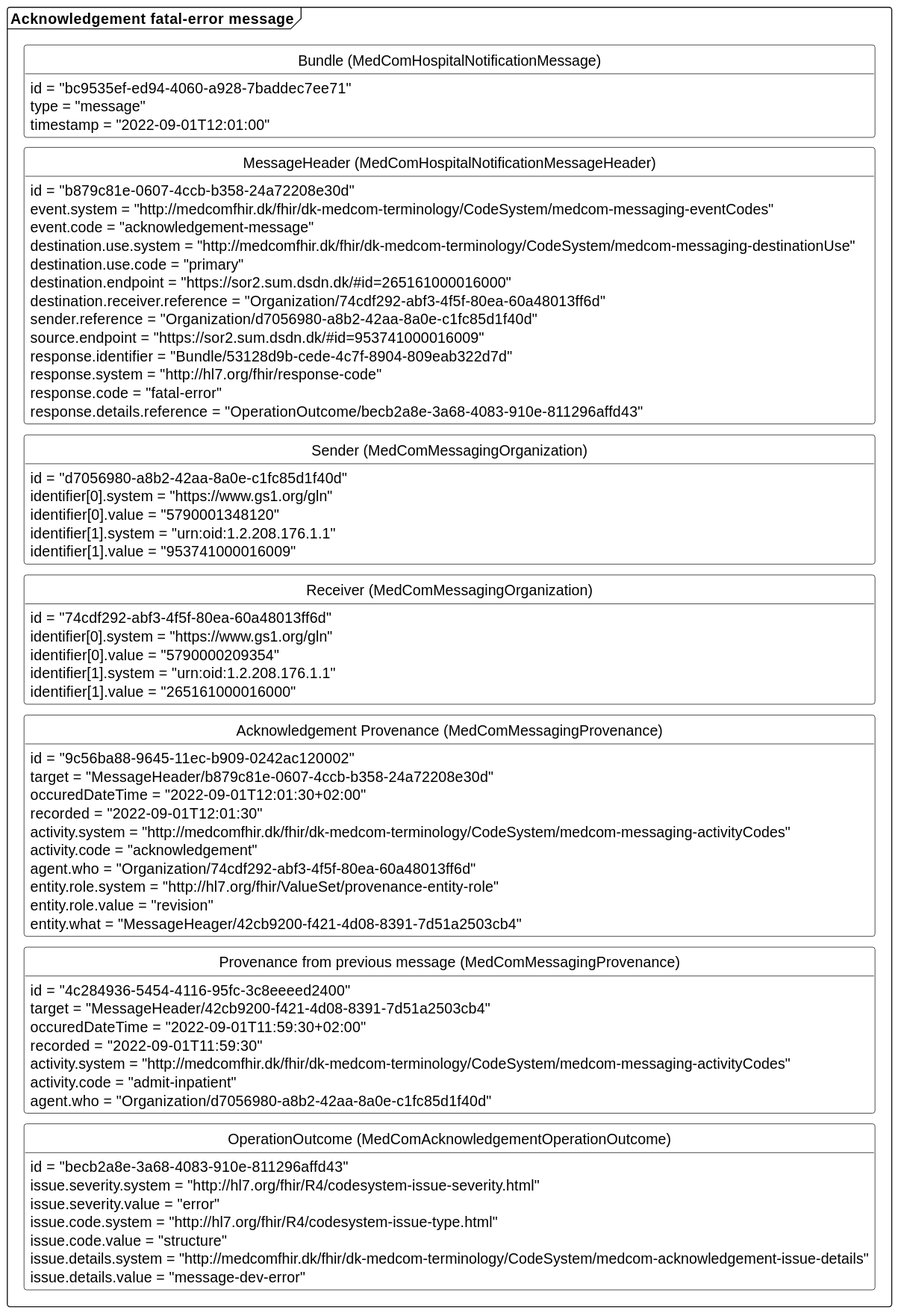
medcomdk/dk-medcom-acknowledgement keeps this PlantUML diagram as docs/assets/Images/AcknowledgementError.svg. Above is the earlier version.
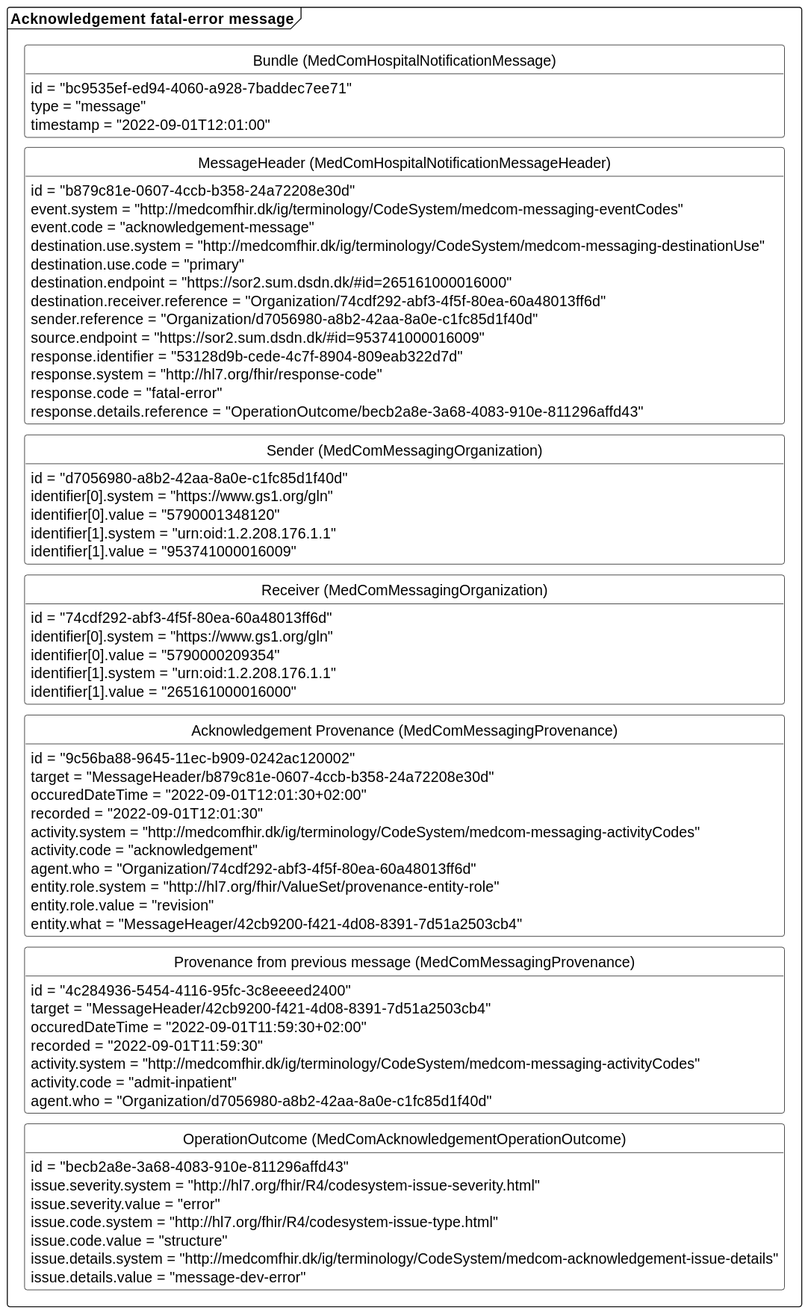
Later version of the same file.

Commit message:
corrected images of the examples added

Diff of the diagram source:
```diff
@@ -19,15 +19,15 @@
     }
     class "MessageHeader (MedComHospitalNotificationMessageHeader)" as ackMH{
         id = "b879c81e-0607-4ccb-b358-24a72208e30d"
-        event.system = "http://medcomfhir.dk/fhir/dk-medcom-terminology/CodeSystem/medcom-messaging-eventCodes"
+        event.system = "http://medcomfhir.dk/ig/terminology/CodeSystem/medcom-messaging-eventCodes"
         event.code = "acknowledgement-message"
-        destination.use.system = "http://medcomfhir.dk/fhir/dk-medcom-terminology/CodeSystem/medcom-messaging-destinationUse"
+        destination.use.system = "http://medcomfhir.dk/ig/terminology/CodeSystem/medcom-messaging-destinationUse"
         destination.use.code = "primary"
         destination.endpoint = "https://sor2.sum.dsdn.dk/#id=265161000016000"
         destination.receiver.reference = "Organization/74cdf292-abf3-4f5f-80ea-60a48013ff6d"
         sender.reference = "Organization/d7056980-a8b2-42aa-8a0e-c1fc85d1f40d"
         source.endpoint = "https://sor2.sum.dsdn.dk/#id=953741000016009"
-        response.identifier = "Bundle/53128d9b-cede-4c7f-8904-809eab322d7d"
+        response.identifier = "53128d9b-cede-4c7f-8904-809eab322d7d"
         response.system = "http://hl7.org/fhir/response-code"
         response.code = "fatal-error"
         response.details.reference = "OperationOutcome/becb2a8e-3a68-4083-910e-811296affd43"
@@ -51,7 +51,7 @@
         target = "MessageHeader/b879c81e-0607-4ccb-b358-24a72208e30d"
         occuredDateTime = "2022-09-01T12:01:30+02:00"
         recorded = "2022-09-01T12:01:30"
-        activity.system = "http://medcomfhir.dk/fhir/dk-medcom-terminology/CodeSystem/medcom-messaging-activityCodes"
+        activity.system = "http://medcomfhir.dk/ig/terminology/CodeSystem/medcom-messaging-activityCodes"
         activity.code = "acknowledgement"
         agent.who = "Organization/74cdf292-abf3-4f5f-80ea-60a48013ff6d"
         entity.role.system = "http://hl7.org/fhir/ValueSet/provenance-entity-role"
@@ -63,7 +63,7 @@
         target = "MessageHeader/42cb9200-f421-4d08-8391-7d51a2503cb4"
         occuredDateTime = "2022-09-01T11:59:30+02:00"
         recorded = "2022-09-01T11:59:30"
-        activity.system = "http://medcomfhir.dk/fhir/dk-medcom-terminology/CodeSystem/medcom-messaging-activityCodes"
+        activity.system = "http://medcomfhir.dk/ig/terminology/CodeSystem/medcom-messaging-activityCodes"
         activity.code = "admit-inpatient"
         agent.who = "Organization/d7056980-a8b2-42aa-8a0e-c1fc85d1f40d"
     }
@@ -73,7 +73,7 @@
         issue.severity.value = "error"
         issue.code.system = "http://hl7.org/fhir/R4/codesystem-issue-type.html"
         issue.code.value = "structure"
-        issue.details.system = "http://medcomfhir.dk/fhir/dk-medcom-terminology/CodeSystem/medcom-acknowledgement-issue-details"
+        issue.details.system = "http://medcomfhir.dk/ig/terminology/CodeSystem/medcom-acknowledgement-issue-details"
         issue.details.value = "message-dev-error"
     }
 
```
